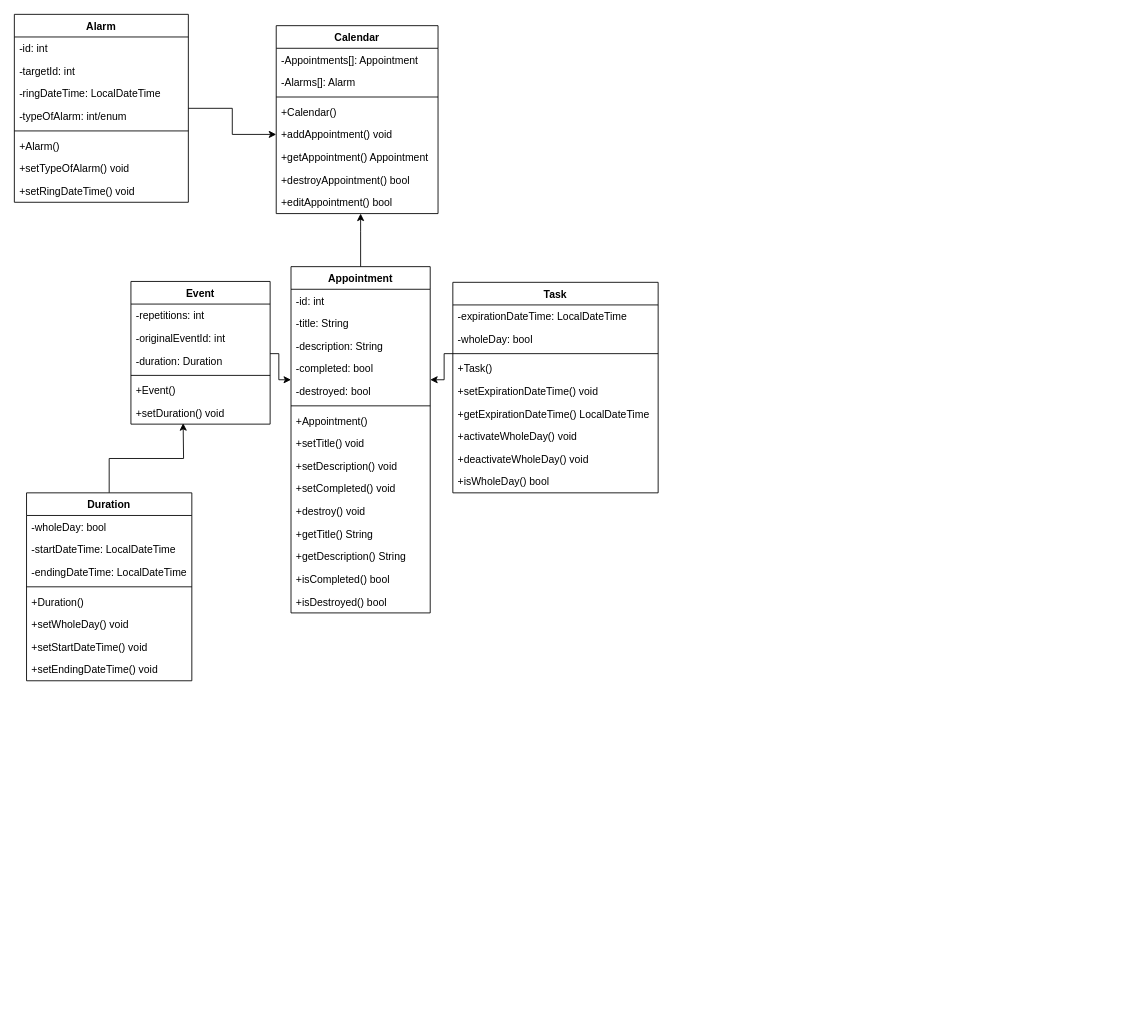
gmenendez0/Calendar keeps this draw.io diagram as doc/UML-Calendar_Class_Diagram.drawio. Above is the earlier version. Source tidied: cells renumbered, new cells numbered last; positions are measured from the earlier drawing's top-left corner, leaving out a move shared by most shapes. Both pictures are drawn from the tidied source at 87%, with x=0, y=0 at pixel (14, 14).
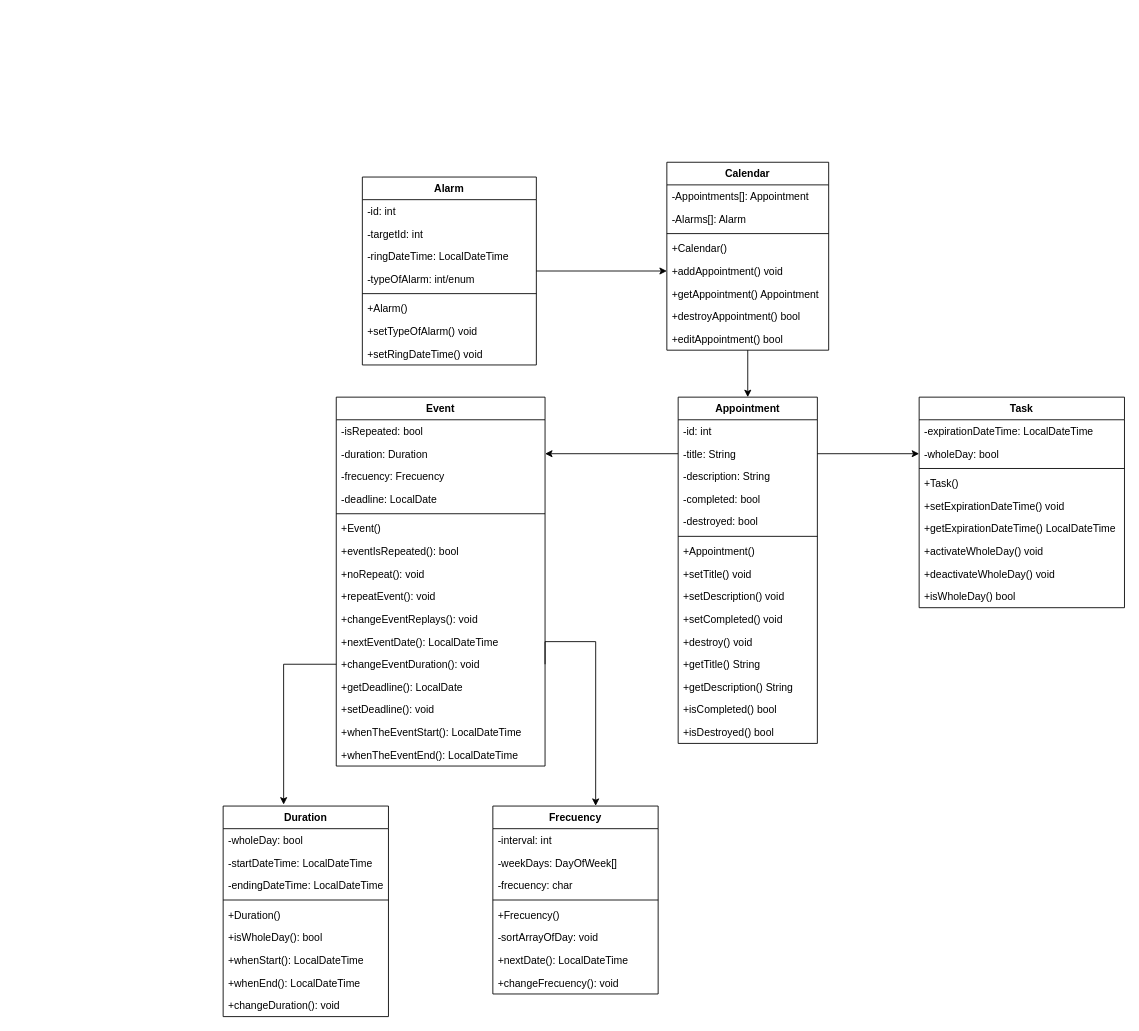
After the change.

Commit message (it also covers changes not shown here):
Update: clase evento terminado + UML

The change refers to these unchanged cells:
```xml
<mxCell id="7" value="+addAppointment() void" style="text;strokeColor=none;fillColor=none;align=left;verticalAlign=top;spacingLeft=4;spacingRight=4;overflow=hidden;points=[[0,0.5],[1,0.5]];portConstraint=eastwest;" parent="2" vertex="1">
  <mxGeometry y="112" width="186" height="26" as="geometry" />
</mxCell>
<mxCell id="10" value="+editAppointment() bool" style="text;strokeColor=none;fillColor=none;align=left;verticalAlign=top;spacingLeft=4;spacingRight=4;overflow=hidden;points=[[0,0.5],[1,0.5]];portConstraint=eastwest;" parent="2" vertex="1">
  <mxGeometry y="190" width="186" height="26" as="geometry" />
</mxCell>
<mxCell id="22" value="-wholeDay: bool" style="text;strokeColor=none;fillColor=none;align=left;verticalAlign=top;spacingLeft=4;spacingRight=4;overflow=hidden;points=[[0,0.5],[1,0.5]];portConstraint=eastwest;" parent="20" vertex="1">
  <mxGeometry y="52" width="236" height="26" as="geometry" />
</mxCell>
<mxCell id="33" value="-title: String" style="text;strokeColor=none;fillColor=none;align=left;verticalAlign=top;spacingLeft=4;spacingRight=4;overflow=hidden;points=[[0,0.5],[1,0.5]];portConstraint=eastwest;" parent="31" vertex="1">
  <mxGeometry y="52" width="160" height="26" as="geometry" />
</mxCell>
<mxCell id="35" value="-completed: bool" style="text;strokeColor=none;fillColor=none;align=left;verticalAlign=top;spacingLeft=4;spacingRight=4;overflow=hidden;points=[[0,0.5],[1,0.5]];portConstraint=eastwest;" parent="31" vertex="1">
  <mxGeometry y="104" width="160" height="26" as="geometry" />
</mxCell>
<mxCell id="36" value="-destroyed: bool" style="text;strokeColor=none;fillColor=none;align=left;verticalAlign=top;spacingLeft=4;spacingRight=4;overflow=hidden;points=[[0,0.5],[1,0.5]];portConstraint=eastwest;" parent="31" vertex="1">
  <mxGeometry y="130" width="160" height="26" as="geometry" />
</mxCell>
```

What changed in the source:
```diff
@@
-    <mxCell id="0" />
-    <mxCell id="1" parent="0" />
+    <mxCell id="67" />
+    <mxCell id="68" parent="67" />
+    <mxCell id="69" style="edgeStyle=none;rounded=0;jettySize=auto;html=1;exitX=0.5;exitY=1;exitDx=0;exitDy=0;entryX=0.5;entryY=0;entryDx=0;entryDy=0;" parent="68" edge="1" source="2" target="31">
+      <mxGeometry relative="1" as="geometry" />
+    </mxCell>
-    <mxCell id="2" value="Calendar" style="swimlane;fontStyle=1;align=center;verticalAlign=top;horizontal=1;startSize=26;" parent="1" vertex="1">
-      <mxGeometry x="301" y="13" width="186" height="216" as="geometry" />
+    <mxCell id="2" value="Calendar" style="swimlane;fontStyle=1;align=center;verticalAlign=top;horizontal=1;startSize=26;" parent="68" vertex="1">
+      <mxGeometry x="750" y="170" width="186" height="216" as="geometry" />
     </mxCell>
@@
-    <mxCell id="11" style="edgeStyle=orthogonalEdgeStyle;rounded=0;jettySize=auto;html=1;" parent="1" edge="1" source="12" target="35">
-      <mxGeometry relative="1" as="geometry">
-        <Array as="points">
-          <mxPoint x="304" y="390" />
-          <mxPoint x="304" y="420" />
-        </Array>
-      </mxGeometry>
-    </mxCell>
-    <mxCell id="12" value="Event" style="swimlane;fontStyle=1;align=center;verticalAlign=top;horizontal=1;startSize=26;" parent="1" vertex="1">
-      <mxGeometry x="134" y="307" width="160" height="164" as="geometry" />
+    <mxCell id="12" value="Event" style="swimlane;fontStyle=1;align=center;verticalAlign=top;horizontal=1;startSize=26;" parent="68" vertex="1">
+      <mxGeometry x="370" y="440" width="240" height="424" as="geometry" />
     </mxCell>
-    <mxCell id="13" value="-repetitions: int" style="text;strokeColor=none;fillColor=none;align=left;verticalAlign=top;spacingLeft=4;spacingRight=4;overflow=hidden;" parent="12" vertex="1">
-      <mxGeometry y="26" width="160" height="26" as="geometry" />
-    </mxCell>
-    <mxCell id="14" value="-originalEventId: int" style="text;strokeColor=none;fillColor=none;align=left;verticalAlign=top;spacingLeft=4;spacingRight=4;overflow=hidden;" parent="12" vertex="1">
-      <mxGeometry y="52" width="160" height="26" as="geometry" />
-    </mxCell>
+    <mxCell id="70" value="-isRepeated: bool" style="text;strokeColor=none;fillColor=none;align=left;verticalAlign=top;spacingLeft=4;spacingRight=4;overflow=hidden;" parent="12" vertex="1">
+      <mxGeometry y="26" width="240" height="26" as="geometry" />
+    </mxCell>
     <mxCell id="15" value="-duration: Duration" style="text;strokeColor=none;fillColor=none;align=left;verticalAlign=top;spacingLeft=4;spacingRight=4;overflow=hidden;points=[[0,0.5],[1,0.5]];portConstraint=eastwest;" parent="12" vertex="1">
-      <mxGeometry y="78" width="160" height="26" as="geometry" />
+      <mxGeometry y="52" width="240" height="26" as="geometry" />
     </mxCell>
-    <mxCell id="16" style="line;strokeWidth=1;fillColor=none;align=left;verticalAlign=middle;spacingTop=-1;spacingLeft=3;spacingRight=3;labelPosition=right;strokeColor=inherit;" parent="12" vertex="1">
-      <mxGeometry y="104" width="160" height="8" as="geometry" />
-    </mxCell>
+    <mxCell id="71" value="-frecuency: Frecuency" style="text;strokeColor=none;fillColor=none;align=left;verticalAlign=top;spacingLeft=4;spacingRight=4;overflow=hidden;" parent="12" vertex="1">
+      <mxGeometry y="78" width="240" height="26" as="geometry" />
+    </mxCell>
+    <mxCell id="72" value="-deadline: LocalDate" style="text;strokeColor=none;fillColor=none;align=left;verticalAlign=top;spacingLeft=4;spacingRight=4;overflow=hidden;" parent="12" vertex="1">
+      <mxGeometry y="104" width="240" height="26" as="geometry" />
+    </mxCell>
+    <mxCell id="73" style="line;strokeWidth=1;fillColor=none;align=left;verticalAlign=middle;spacingTop=-1;spacingLeft=3;spacingRight=3;labelPosition=right;strokeColor=inherit;" parent="12" vertex="1">
+      <mxGeometry y="130" width="240" height="8" as="geometry" />
+    </mxCell>
     <mxCell id="17" value="+Event()" style="text;strokeColor=none;fillColor=none;align=left;verticalAlign=top;spacingLeft=4;spacingRight=4;overflow=hidden;" parent="12" vertex="1">
-      <mxGeometry y="112" width="160" height="26" as="geometry" />
+      <mxGeometry y="138" width="240" height="26" as="geometry" />
     </mxCell>
-    <mxCell id="18" value="+setDuration() void" style="text;strokeColor=none;fillColor=none;align=left;verticalAlign=top;spacingLeft=4;spacingRight=4;overflow=hidden;" parent="12" vertex="1">
-      <mxGeometry y="138" width="160" height="26" as="geometry" />
-    </mxCell>
-    <mxCell id="19" style="edgeStyle=orthogonalEdgeStyle;rounded=0;jettySize=auto;html=1;" parent="1" edge="1" source="20" target="36">
-      <mxGeometry relative="1" as="geometry">
-        <Array as="points">
-          <mxPoint x="494" y="390" />
-          <mxPoint x="494" y="420" />
-        </Array>
-      </mxGeometry>
-    </mxCell>
+    <mxCell id="74" value="+eventIsRepeated(): bool" style="text;strokeColor=none;fillColor=none;align=left;verticalAlign=top;spacingLeft=4;spacingRight=4;overflow=hidden;" parent="12" vertex="1">
+      <mxGeometry y="164" width="240" height="26" as="geometry" />
+    </mxCell>
+    <mxCell id="75" value="+noRepeat(): void" style="text;strokeColor=none;fillColor=none;align=left;verticalAlign=top;spacingLeft=4;spacingRight=4;overflow=hidden;" parent="12" vertex="1">
+      <mxGeometry y="190" width="240" height="26" as="geometry" />
+    </mxCell>
+    <mxCell id="76" value="+repeatEvent(): void" style="text;strokeColor=none;fillColor=none;align=left;verticalAlign=top;spacingLeft=4;spacingRight=4;overflow=hidden;" parent="12" vertex="1">
+      <mxGeometry y="216" width="240" height="26" as="geometry" />
+    </mxCell>
+    <mxCell id="77" value="+changeEventReplays(): void" style="text;strokeColor=none;fillColor=none;align=left;verticalAlign=top;spacingLeft=4;spacingRight=4;overflow=hidden;" parent="12" vertex="1">
+      <mxGeometry y="242" width="240" height="26" as="geometry" />
+    </mxCell>
+    <mxCell id="78" value="+nextEventDate(): LocalDateTime" style="text;strokeColor=none;fillColor=none;align=left;verticalAlign=top;spacingLeft=4;spacingRight=4;overflow=hidden;" parent="12" vertex="1">
+      <mxGeometry y="268" width="240" height="26" as="geometry" />
+    </mxCell>
+    <mxCell id="79" value="+changeEventDuration(): void" style="text;strokeColor=none;fillColor=none;align=left;verticalAlign=top;spacingLeft=4;spacingRight=4;overflow=hidden;points=[[0,0.5],[1,0.5]];portConstraint=eastwest;" parent="12" vertex="1">
+      <mxGeometry y="294" width="240" height="26" as="geometry" />
+    </mxCell>
+    <mxCell id="80" value="+getDeadline(): LocalDate" style="text;strokeColor=none;fillColor=none;align=left;verticalAlign=top;spacingLeft=4;spacingRight=4;overflow=hidden;" parent="12" vertex="1">
+      <mxGeometry y="320" width="240" height="26" as="geometry" />
+    </mxCell>
+    <mxCell id="81" value="+setDeadline(): void" style="text;strokeColor=none;fillColor=none;align=left;verticalAlign=top;spacingLeft=4;spacingRight=4;overflow=hidden;" parent="12" vertex="1">
+      <mxGeometry y="346" width="240" height="26" as="geometry" />
+    </mxCell>
+    <mxCell id="82" value="+whenTheEventStart(): LocalDateTime" style="text;strokeColor=none;fillColor=none;align=left;verticalAlign=top;spacingLeft=4;spacingRight=4;overflow=hidden;" parent="12" vertex="1">
+      <mxGeometry y="372" width="240" height="26" as="geometry" />
+    </mxCell>
+    <mxCell id="83" value="+whenTheEventEnd(): LocalDateTime" style="text;strokeColor=none;fillColor=none;align=left;verticalAlign=top;spacingLeft=4;spacingRight=4;overflow=hidden;" parent="12" vertex="1">
+      <mxGeometry y="398" width="240" height="26" as="geometry" />
+    </mxCell>
-    <mxCell id="20" value="Task" style="swimlane;fontStyle=1;align=center;verticalAlign=top;horizontal=1;startSize=26;" parent="1" vertex="1">
-      <mxGeometry x="504" y="308" width="236" height="242" as="geometry" />
+    <mxCell id="20" value="Task" style="swimlane;fontStyle=1;align=center;verticalAlign=top;horizontal=1;startSize=26;" parent="68" vertex="1">
+      <mxGeometry x="1040" y="440" width="236" height="242" as="geometry" />
     </mxCell>
@@
-    <mxCell id="30" style="edgeStyle=orthogonalEdgeStyle;rounded=0;jettySize=auto;html=1;" parent="1" edge="1" source="31" target="10">
-      <mxGeometry relative="1" as="geometry">
-        <Array as="points">
-          <mxPoint x="398" y="250" />
-          <mxPoint x="398" y="250" />
-        </Array>
-      </mxGeometry>
-    </mxCell>
-    <mxCell id="31" value="Appointment" style="swimlane;fontStyle=1;align=center;verticalAlign=top;horizontal=1;startSize=26;" parent="1" vertex="1">
-      <mxGeometry x="318" y="290" width="160" height="398" as="geometry" />
+    <mxCell id="31" value="Appointment" style="swimlane;fontStyle=1;align=center;verticalAlign=top;horizontal=1;startSize=26;" parent="68" vertex="1">
+      <mxGeometry x="763" y="440" width="160" height="398" as="geometry" />
     </mxCell>
@@
-    <mxCell id="47" style="edgeStyle=orthogonalEdgeStyle;rounded=0;jettySize=auto;html=1;" parent="1" edge="1" source="48">
-      <mxGeometry relative="1" as="geometry">
-        <mxPoint x="194" y="470" as="targetPoint" />
-      </mxGeometry>
-    </mxCell>
-    <mxCell id="48" value="Duration" style="swimlane;fontStyle=1;align=center;verticalAlign=top;horizontal=1;startSize=26;" parent="1" vertex="1">
-      <mxGeometry x="14" y="550" width="190" height="216" as="geometry" />
+    <mxCell id="48" value="Duration" style="swimlane;fontStyle=1;align=center;verticalAlign=top;horizontal=1;startSize=26;" parent="68" vertex="1">
+      <mxGeometry x="240" y="910" width="190" height="242" as="geometry" />
     </mxCell>
@@
-    <mxCell id="52" style="line;strokeWidth=1;fillColor=none;align=left;verticalAlign=middle;spacingTop=-1;spacingLeft=3;spacingRight=3;labelPosition=right;strokeColor=inherit;" parent="48" vertex="1">
-      <mxGeometry y="104" width="190" height="8" as="geometry" />
-    </mxCell>
+    <mxCell id="84" style="line;strokeWidth=1;fillColor=none;align=left;verticalAlign=middle;spacingTop=-1;spacingLeft=3;spacingRight=3;labelPosition=right;strokeColor=inherit;" parent="48" vertex="1">
+      <mxGeometry y="104" width="190" height="8" as="geometry" />
+    </mxCell>
@@
-    <mxCell id="54" value="+setWholeDay() void" style="text;strokeColor=none;fillColor=none;align=left;verticalAlign=top;spacingLeft=4;spacingRight=4;overflow=hidden;" parent="48" vertex="1">
-      <mxGeometry y="138" width="190" height="26" as="geometry" />
-    </mxCell>
-    <mxCell id="55" value="+setStartDateTime() void" style="text;strokeColor=none;fillColor=none;align=left;verticalAlign=top;spacingLeft=4;spacingRight=4;overflow=hidden;" parent="48" vertex="1">
-      <mxGeometry y="164" width="190" height="26" as="geometry" />
-    </mxCell>
-    <mxCell id="56" value="+setEndingDateTime() void" style="text;strokeColor=none;fillColor=none;align=left;verticalAlign=top;spacingLeft=4;spacingRight=4;overflow=hidden;" parent="48" vertex="1">
-      <mxGeometry y="190" width="190" height="26" as="geometry" />
-    </mxCell>
+    <mxCell id="85" value="+isWholeDay(): bool" style="text;strokeColor=none;fillColor=none;align=left;verticalAlign=top;spacingLeft=4;spacingRight=4;overflow=hidden;" parent="48" vertex="1">
+      <mxGeometry y="138" width="190" height="26" as="geometry" />
+    </mxCell>
+    <mxCell id="86" value="+whenStart(): LocalDateTime" style="text;strokeColor=none;fillColor=none;align=left;verticalAlign=top;spacingLeft=4;spacingRight=4;overflow=hidden;" parent="48" vertex="1">
+      <mxGeometry y="164" width="190" height="26" as="geometry" />
+    </mxCell>
+    <mxCell id="87" value="+whenEnd(): LocalDateTime" style="text;strokeColor=none;fillColor=none;align=left;verticalAlign=top;spacingLeft=4;spacingRight=4;overflow=hidden;" parent="48" vertex="1">
+      <mxGeometry y="190" width="190" height="26" as="geometry" />
+    </mxCell>
+    <mxCell id="88" value="+changeDuration(): void" style="text;strokeColor=none;fillColor=none;align=left;verticalAlign=top;spacingLeft=4;spacingRight=4;overflow=hidden;" parent="48" vertex="1">
+      <mxGeometry y="216" width="190" height="26" as="geometry" />
+    </mxCell>
-    <mxCell id="57" style="edgeStyle=orthogonalEdgeStyle;rounded=0;jettySize=auto;html=1;" parent="1" edge="1" source="58" target="7">
+    <mxCell id="57" style="edgeStyle=orthogonalEdgeStyle;rounded=0;jettySize=auto;html=1;" parent="68" edge="1" source="58" target="7">
       <mxGeometry relative="1" as="geometry" />
     </mxCell>
-    <mxCell id="58" value="Alarm" style="swimlane;fontStyle=1;align=center;verticalAlign=top;horizontal=1;startSize=26;" parent="1" vertex="1">
-      <mxGeometry width="200" height="216" as="geometry" />
+    <mxCell id="58" value="Alarm" style="swimlane;fontStyle=1;align=center;verticalAlign=top;horizontal=1;startSize=26;" parent="68" vertex="1">
+      <mxGeometry x="400" y="187" width="200" height="216" as="geometry" />
     </mxCell>
@@
+    <mxCell id="89" style="edgeStyle=orthogonalEdgeStyle;rounded=0;jettySize=auto;html=1;exitX=0;exitY=0.5;exitDx=0;exitDy=0;entryX=1;entryY=0.5;entryDx=0;entryDy=0;" parent="68" edge="1" source="33" target="15">
+      <mxGeometry relative="1" as="geometry" />
+    </mxCell>
+    <mxCell id="90" style="edgeStyle=orthogonalEdgeStyle;rounded=0;jettySize=auto;html=1;exitX=1;exitY=0.5;exitDx=0;exitDy=0;entryX=0;entryY=0.5;entryDx=0;entryDy=0;" parent="68" edge="1" source="33" target="22">
+      <mxGeometry relative="1" as="geometry" />
+    </mxCell>
+    <mxCell id="91" value="Frecuency" style="swimlane;fontStyle=1;align=center;verticalAlign=top;horizontal=1;startSize=26;" parent="68" vertex="1">
+      <mxGeometry x="550" y="910" width="190" height="216" as="geometry" />
+    </mxCell>
+    <mxCell id="92" value="-interval: int" style="text;strokeColor=none;fillColor=none;align=left;verticalAlign=top;spacingLeft=4;spacingRight=4;overflow=hidden;" parent="91" vertex="1">
+      <mxGeometry y="26" width="190" height="26" as="geometry" />
+    </mxCell>
+    <mxCell id="93" value="-weekDays: DayOfWeek[]" style="text;strokeColor=none;fillColor=none;align=left;verticalAlign=top;spacingLeft=4;spacingRight=4;overflow=hidden;" parent="91" vertex="1">
+      <mxGeometry y="52" width="190" height="26" as="geometry" />
+    </mxCell>
+    <mxCell id="94" value="-frecuency: char" style="text;strokeColor=none;fillColor=none;align=left;verticalAlign=top;spacingLeft=4;spacingRight=4;overflow=hidden;" parent="91" vertex="1">
+      <mxGeometry y="78" width="190" height="26" as="geometry" />
+    </mxCell>
+    <mxCell id="95" style="line;strokeWidth=1;fillColor=none;align=left;verticalAlign=middle;spacingTop=-1;spacingLeft=3;spacingRight=3;labelPosition=right;strokeColor=inherit;" parent="91" vertex="1">
+      <mxGeometry y="104" width="190" height="8" as="geometry" />
+    </mxCell>
+    <mxCell id="96" value="+Frecuency()" style="text;strokeColor=none;fillColor=none;align=left;verticalAlign=top;spacingLeft=4;spacingRight=4;overflow=hidden;" parent="91" vertex="1">
+      <mxGeometry y="112" width="190" height="26" as="geometry" />
+    </mxCell>
+    <mxCell id="97" value="-sortArrayOfDay: void" style="text;strokeColor=none;fillColor=none;align=left;verticalAlign=top;spacingLeft=4;spacingRight=4;overflow=hidden;" parent="91" vertex="1">
+      <mxGeometry y="138" width="190" height="26" as="geometry" />
+    </mxCell>
+    <mxCell id="98" value="+nextDate(): LocalDateTime" style="text;strokeColor=none;fillColor=none;align=left;verticalAlign=top;spacingLeft=4;spacingRight=4;overflow=hidden;" parent="91" vertex="1">
+      <mxGeometry y="164" width="190" height="26" as="geometry" />
+    </mxCell>
+    <mxCell id="99" value="+changeFrecuency(): void" style="text;strokeColor=none;fillColor=none;align=left;verticalAlign=top;spacingLeft=4;spacingRight=4;overflow=hidden;" parent="91" vertex="1">
+      <mxGeometry y="190" width="190" height="26" as="geometry" />
+    </mxCell>
+    <mxCell id="100" style="edgeStyle=orthogonalEdgeStyle;rounded=0;jettySize=auto;html=1;entryX=0.366;entryY=-0.007;entryDx=0;entryDy=0;entryPerimeter=0;" parent="68" edge="1" source="79" target="48">
+      <mxGeometry relative="1" as="geometry" />
+    </mxCell>
+    <mxCell id="101" style="edgeStyle=orthogonalEdgeStyle;rounded=0;jettySize=auto;html=1;exitX=1;exitY=0.5;exitDx=0;exitDy=0;entryX=0.622;entryY=-0.001;entryDx=0;entryDy=0;entryPerimeter=0;" parent="68" edge="1" source="79" target="91">
+      <mxGeometry relative="1" as="geometry">
+        <Array as="points">
+          <mxPoint x="668" y="721" />
+        </Array>
+      </mxGeometry>
+    </mxCell>
```
